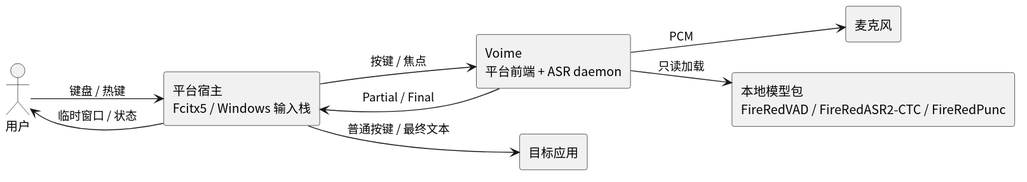
This is diagram/general-architecture.svg from 54m43lJ/voime, a PlantUML export, as it was before one commit.
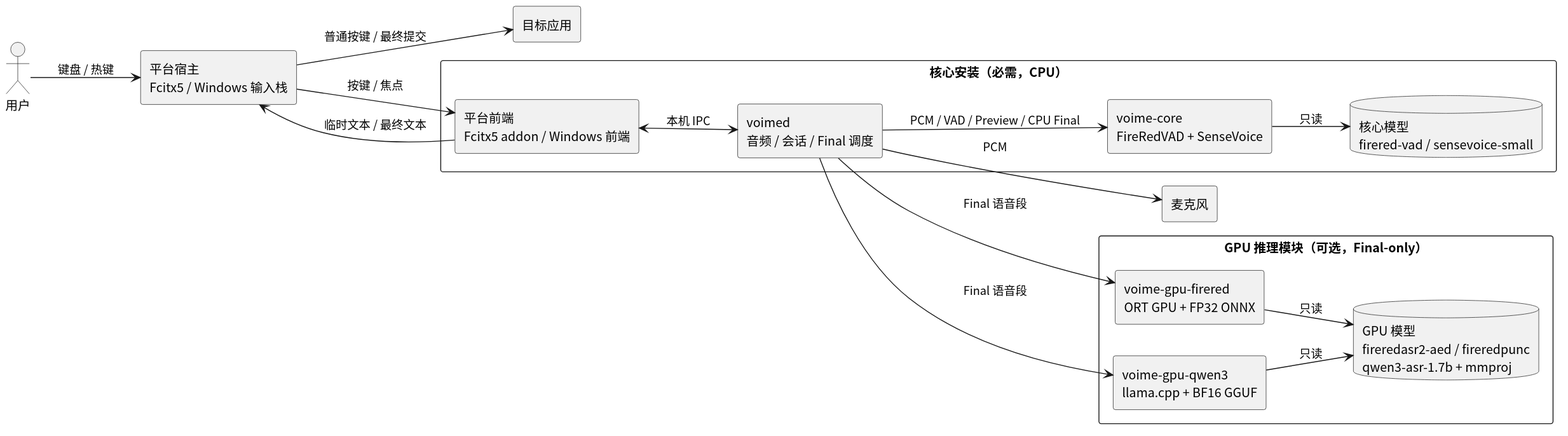
Later version of the same file.

Change to the diagram source:
```diff
@@ -2,20 +2,37 @@
 skinparam defaultFontName "Noto Sans CJK SC"
 skinparam shadowing false
 skinparam componentStyle rectangle
+skinparam packageStyle rectangle
 left to right direction
 
 actor "用户" as User
 component "平台宿主\nFcitx5 / Windows 输入栈" as Host
-component "Voime\n平台前端 + ASR daemon" as Voime
 component "目标应用" as App
 component "麦克风" as Mic
-component "本地模型包\nFireRedVAD / FireRedASR2-CTC / FireRedPunc" as Models
+
+package "核心安装（必需，CPU）" {
+  component "平台前端\nFcitx5 addon / Windows 前端" as Frontend
+  component "voimed\n音频 / 会话 / Final 调度" as Daemon
+  component "voime-core\nFireRedVAD + SenseVoice" as Core
+  database "核心模型\nfirered-vad / sensevoice-small" as CoreModels
+}
+
+package "GPU 推理模块（可选，Final-only）" {
+  component "voime-gpu-firered\nORT GPU + FP32 ONNX" as Firered
+  component "voime-gpu-qwen3\nllama.cpp + BF16 GGUF" as Qwen
+  database "GPU 模型\nfireredasr2-aed / fireredpunc\nqwen3-asr-1.7b + mmproj" as GpuModels
+}
 
 User --> Host : 键盘 / 热键
-Host --> Voime : 按键 / 焦点
-Voime --> Host : Partial / Final
-Host --> App : 普通按键 / 最终文本
-Host --> User : 临时窗口 / 状态
-Voime --> Mic : PCM
-Voime --> Models : 只读加载
+Host --> Frontend : 按键 / 焦点
+Frontend --> Host : 临时文本 / 最终文本
+Host --> App : 普通按键 / 最终提交
+Frontend <--> Daemon : 本机 IPC
+Daemon --> Core : PCM / VAD / Preview / CPU Final
+Core --> CoreModels : 只读
+Daemon --> Mic : PCM
+Daemon --> Firered : Final 语音段
+Daemon --> Qwen : Final 语音段
+Firered --> GpuModels : 只读
+Qwen --> GpuModels : 只读
 @enduml
```
